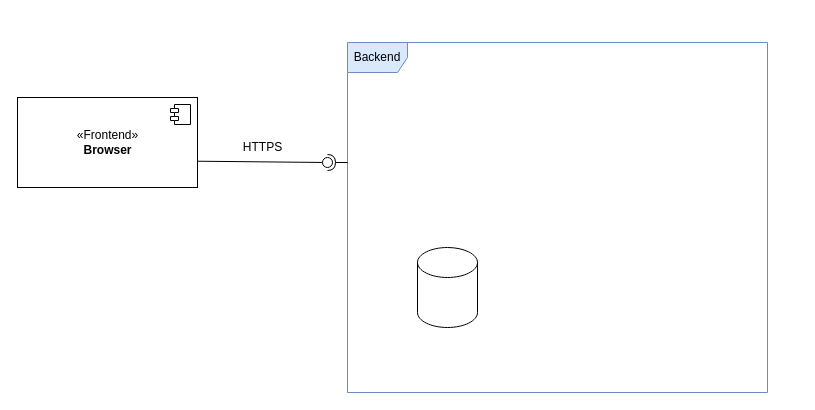
Above: page "Page-2" (3 of 4) of Architektur.drawio in ngock/AndroidFirestoreArchitectureComponents (draw.io), before the change. Source tidied: cells renumbered, new cells numbered last; positions are measured from the earlier drawing's top-left corner, leaving out a move shared by most shapes. Both pictures are drawn from the tidied source at 100%, with x=0, y=0 at pixel (17, 42).
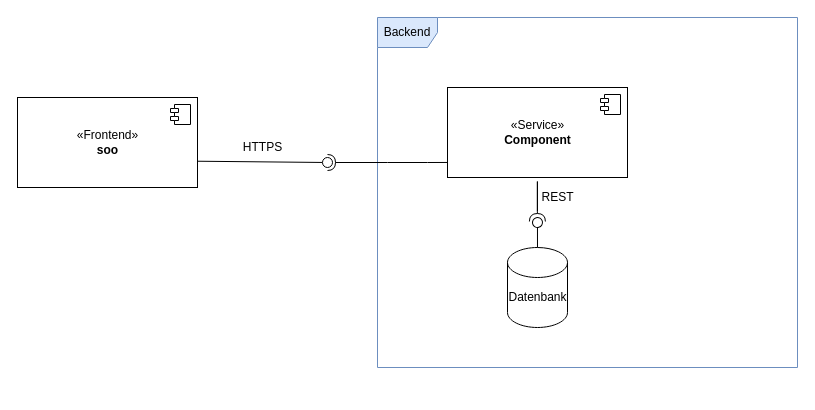
After the change.

Unchanged cells that the change refers to:
```xml
<mxCell id="8" style="ellipse;whiteSpace=wrap;html=1;align=center;points=[];outlineConnect=0;sketch=0;shadow=0;labelBackgroundColor=none;fontColor=#000000;" parent="1" vertex="1">
  <mxGeometry x="305" y="115" width="10" height="10" as="geometry" />
</mxCell>
```

The edit, as a diff of the source:
```diff
@@
+    <mxCell id="4" value="Backend" style="shape=umlFrame;whiteSpace=wrap;html=1;fillColor=#dae8fc;strokeColor=#6c8ebf;labelBackgroundColor=none;shadow=0;" parent="1" vertex="1">
+      <mxGeometry x="360" y="-25" width="420" height="350" as="geometry" />
+    </mxCell>
-    <mxCell id="2" value="&lt;font color=&quot;#000000&quot;&gt;«Frontend»&lt;br&gt;&lt;b&gt;Browser&lt;/b&gt;&lt;/font&gt;" style="html=1;shadow=0;labelBackgroundColor=none;fontColor=#99FFFF;" parent="1" vertex="1">
+    <mxCell id="2" value="&lt;font color=&quot;#000000&quot;&gt;«Frontend»&lt;br&gt;&lt;b&gt;soo&lt;/b&gt;&lt;/font&gt;" style="html=1;shadow=0;labelBackgroundColor=none;fontColor=#99FFFF;" parent="1" vertex="1">
       <mxGeometry y="55" width="180" height="90" as="geometry" />
     </mxCell>
@@
-    <mxCell id="4" value="Backend" style="shape=umlFrame;whiteSpace=wrap;html=1;fillColor=#dae8fc;strokeColor=#6c8ebf;labelBackgroundColor=none;shadow=0;" parent="1" vertex="1">
-      <mxGeometry x="330" width="420" height="350" as="geometry" />
-    </mxCell>
     <mxCell id="5" style="shape=cylinder3;whiteSpace=wrap;html=1;boundedLbl=1;backgroundOutline=1;size=15;" parent="1" vertex="1">
-      <mxGeometry x="400" y="205" width="60" height="80" as="geometry" />
+      <mxGeometry x="490" y="205" width="60" height="80" as="geometry" />
     </mxCell>
@@
-    <mxCell id="7" style="rounded=0;jettySize=auto;html=1;endArrow=halfCircle;endFill=0;entryX=0.5;entryY=0.5;endSize=6;strokeWidth=1;sketch=0;fontColor=#000000;" parent="1" edge="1" target="8">
+    <mxCell id="7" style="rounded=0;jettySize=auto;html=1;endArrow=halfCircle;endFill=0;entryX=0.5;entryY=0.5;endSize=6;strokeWidth=1;sketch=0;fontColor=#000000;exitX=0.238;exitY=0.414;exitDx=0;exitDy=0;exitPerimeter=0;" parent="1" edge="1" source="4" target="8">
       <mxGeometry relative="1" as="geometry">
-        <mxPoint x="330" y="120" as="sourcePoint" />
+        <Array as="points">
+          <mxPoint x="410" y="120" />
+          <mxPoint x="370" y="120" />
+        </Array>
       </mxGeometry>
     </mxCell>
@@
+    <mxCell id="10" value="«Service»&lt;br&gt;&lt;b&gt;Component&lt;/b&gt;" style="html=1;shadow=0;labelBackgroundColor=none;fontColor=#000000;" parent="1" vertex="1">
+      <mxGeometry x="430" y="45" width="180" height="90" as="geometry" />
+    </mxCell>
+    <mxCell id="11" style="shape=module;jettyWidth=8;jettyHeight=4;shadow=0;labelBackgroundColor=none;fontColor=#000000;" parent="10" vertex="1">
+      <mxGeometry x="1" width="20" height="20" relative="1" as="geometry">
+        <mxPoint x="-27" y="7" as="offset" />
+      </mxGeometry>
+    </mxCell>
+    <mxCell id="12" style="rounded=0;jettySize=auto;html=1;endArrow=none;endFill=0;sketch=0;sourcePerimeterSpacing=0;targetPerimeterSpacing=0;fontColor=#000000;" parent="1" edge="1" source="5" target="14">
+      <mxGeometry relative="1" as="geometry" />
+    </mxCell>
+    <mxCell id="13" style="rounded=0;orthogonalLoop=1;jettySize=auto;html=1;endArrow=halfCircle;endFill=0;endSize=6;strokeWidth=1;sketch=0;fontColor=#000000;" parent="1" edge="1">
+      <mxGeometry relative="1" as="geometry">
+        <mxPoint x="519.9" y="169" as="sourcePoint" />
+        <mxPoint x="519.9" y="179" as="targetPoint" />
+        <Array as="points">
+          <mxPoint x="519.9" y="139" />
+          <mxPoint x="519.9" y="169" />
+        </Array>
+      </mxGeometry>
+    </mxCell>
+    <mxCell id="14" style="ellipse;whiteSpace=wrap;html=1;align=center;points=[];outlineConnect=0;sketch=0;shadow=0;labelBackgroundColor=none;fontColor=#000000;rotation=120;" parent="1" vertex="1">
+      <mxGeometry x="515" y="175" width="10" height="10" as="geometry" />
+    </mxCell>
+    <mxCell id="15" value="REST" style="text;html=1;align=center;verticalAlign=middle;strokeColor=none;fillColor=none;fontColor=#000000;" parent="1" vertex="1">
+      <mxGeometry x="515" y="145" width="50" height="20" as="geometry" />
+    </mxCell>
+    <mxCell id="16" value="Datenbank" style="text;html=1;align=center;verticalAlign=middle;strokeColor=none;fillColor=none;fontColor=#000000;" parent="1" vertex="1">
+      <mxGeometry x="485" y="245" width="70" height="20" as="geometry" />
+    </mxCell>
```
